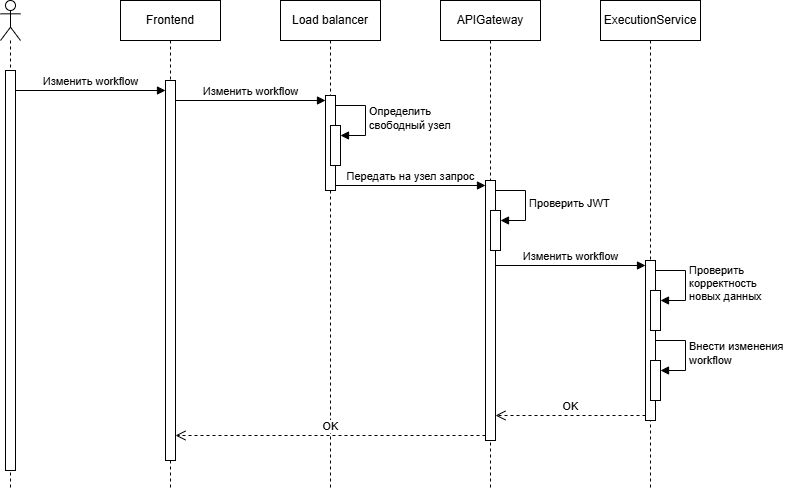
This is docs/UML_последовательности_изменение.png from Michail19/FlowAct, a draw.io export, as it was before one commit. Source tidied: cells renumbered, new cells last; positions are measured from the earlier drawing's top-left corner, leaving out a move shared by most shapes.
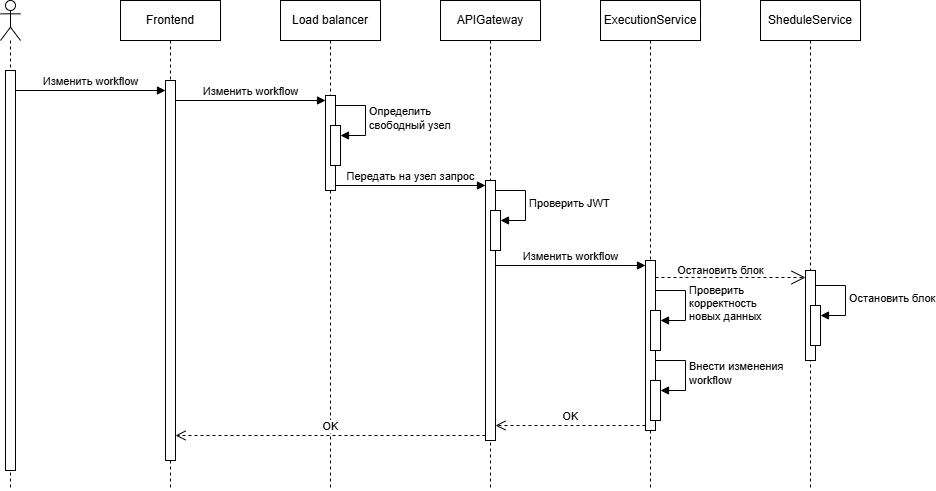
After the change.

Diff of the diagram source:
```diff
@@ -35,27 +35,27 @@
       <mxGeometry x="600" width="100" height="490" as="geometry" />
     </mxCell>
     <mxCell id="11" style="html=1;points=[[0,0,0,0,5],[0,1,0,0,-5],[1,0,0,0,5],[1,1,0,0,-5]];perimeter=orthogonalPerimeter;outlineConnect=0;targetShapes=umlLifeline;portConstraint=eastwest;newEdgeStyle={&quot;curved&quot;:0,&quot;rounded&quot;:0};" parent="10" vertex="1">
-      <mxGeometry x="45" y="260" width="10" height="160" as="geometry" />
+      <mxGeometry x="45" y="260" width="10" height="170" as="geometry" />
     </mxCell>
     <mxCell id="12" style="html=1;points=[[0,0,0,0,5],[0,1,0,0,-5],[1,0,0,0,5],[1,1,0,0,-5]];perimeter=orthogonalPerimeter;outlineConnect=0;targetShapes=umlLifeline;portConstraint=eastwest;newEdgeStyle={&quot;curved&quot;:0,&quot;rounded&quot;:0};" parent="10" vertex="1">
-      <mxGeometry x="50" y="360" width="10" height="40" as="geometry" />
+      <mxGeometry x="50" y="380" width="10" height="40" as="geometry" />
     </mxCell>
     <mxCell id="13" value="Внести изменения&lt;div&gt;workflow&lt;/div&gt;" style="html=1;align=left;spacingLeft=2;endArrow=block;rounded=0;edgeStyle=orthogonalEdgeStyle;curved=0;rounded=0;" parent="10" edge="1" target="12">
       <mxGeometry x="0.01" relative="1" as="geometry">
-        <mxPoint x="55" y="340" as="sourcePoint" />
+        <mxPoint x="55" y="360" as="sourcePoint" />
         <Array as="points">
-          <mxPoint x="85" y="370" />
+          <mxPoint x="85" y="390" />
         </Array>
       </mxGeometry>
     </mxCell>
     <mxCell id="14" style="html=1;points=[[0,0,0,0,5],[0,1,0,0,-5],[1,0,0,0,5],[1,1,0,0,-5]];perimeter=orthogonalPerimeter;outlineConnect=0;targetShapes=umlLifeline;portConstraint=eastwest;newEdgeStyle={&quot;curved&quot;:0,&quot;rounded&quot;:0};" parent="10" vertex="1">
-      <mxGeometry x="50" y="290" width="10" height="40" as="geometry" />
+      <mxGeometry x="50" y="310" width="10" height="40" as="geometry" />
     </mxCell>
     <mxCell id="15" value="Проверить&amp;nbsp;&lt;div&gt;корректность&amp;nbsp;&lt;/div&gt;&lt;div&gt;новых данных&lt;/div&gt;" style="html=1;align=left;spacingLeft=2;endArrow=block;rounded=0;edgeStyle=orthogonalEdgeStyle;curved=0;rounded=0;" parent="10" edge="1" target="14">
       <mxGeometry relative="1" as="geometry">
-        <mxPoint x="55" y="270" as="sourcePoint" />
+        <mxPoint x="55" y="290" as="sourcePoint" />
         <Array as="points">
-          <mxPoint x="85" y="300" />
+          <mxPoint x="85" y="320" />
         </Array>
       </mxGeometry>
     </mxCell>
@@ -101,5 +101,28 @@
         <mxPoint x="175" y="435" as="targetPoint" />
       </mxGeometry>
     </mxCell>
+    <mxCell id="26" value="SheduleService" style="shape=umlLifeline;perimeter=lifelinePerimeter;whiteSpace=wrap;html=1;newEdgeStyle={&quot;curved&quot;:0,&quot;rounded&quot;:0};" parent="1" vertex="1">
+      <mxGeometry x="760" width="100" height="490" as="geometry" />
+    </mxCell>
+    <mxCell id="27" style="html=1;perimeter=orthogonalPerimeter;targetShapes=umlLifeline;newEdgeStyle={&quot;curved&quot;:0,&quot;rounded&quot;:0};" parent="26" vertex="1">
+      <mxGeometry x="45" y="270" width="10" height="90" as="geometry" />
+    </mxCell>
+    <mxCell id="28" style="html=1;points=[[0,0,0,0,5],[0,1,0,0,-5],[1,0,0,0,5],[1,1,0,0,-5]];perimeter=orthogonalPerimeter;outlineConnect=0;targetShapes=umlLifeline;portConstraint=eastwest;newEdgeStyle={&quot;curved&quot;:0,&quot;rounded&quot;:0};" parent="26" vertex="1">
+      <mxGeometry x="50" y="305" width="10" height="40" as="geometry" />
+    </mxCell>
+    <mxCell id="29" value="Остановить блок" style="html=1;align=left;spacingLeft=2;endArrow=block;rounded=0;edgeStyle=orthogonalEdgeStyle;curved=0;rounded=0;" parent="26" edge="1" target="28">
+      <mxGeometry x="0.01" relative="1" as="geometry">
+        <mxPoint x="55" y="285" as="sourcePoint" />
+        <Array as="points">
+          <mxPoint x="85" y="315" />
+        </Array>
+      </mxGeometry>
+    </mxCell>
+    <mxCell id="30" value="Остановить блок" style="endArrow=open;endSize=12;dashed=1;html=1;rounded=0;" parent="1" edge="1">
+      <mxGeometry x="-0.13" y="7" relative="1" as="geometry">
+        <mxPoint x="655" y="277" as="sourcePoint" />
+        <mxPoint x="805" y="277" as="targetPoint" />
+      </mxGeometry>
+    </mxCell>
   </root>
 </mxGraphModel>
```
